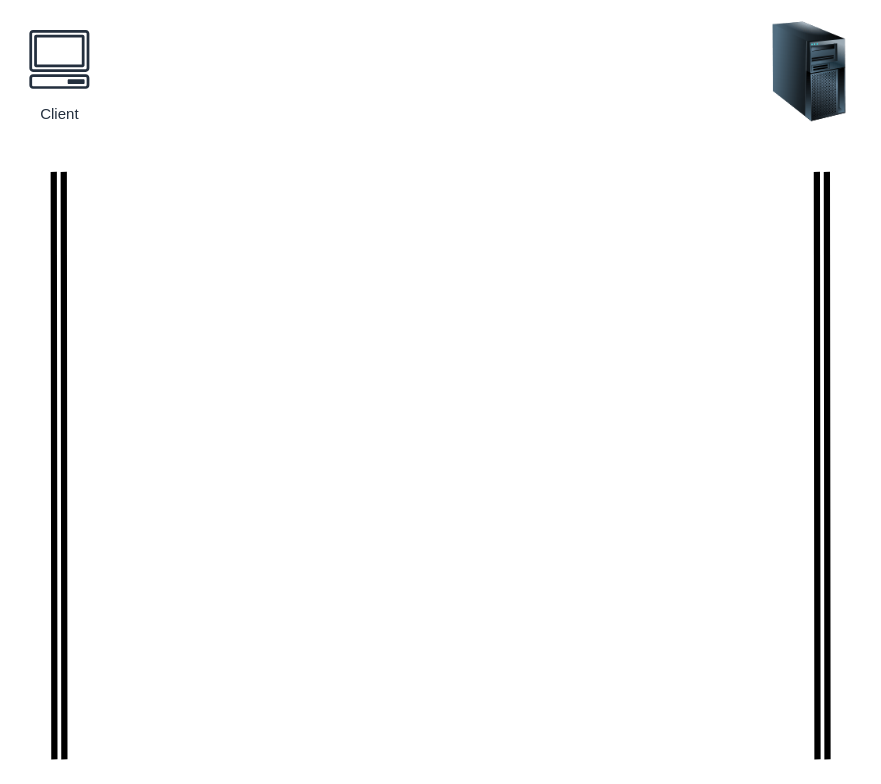
Above: go-ping-server-client.drawio in sugchand/drawio (draw.io), before the change. Source tidied: cells renumbered, new cells numbered last; positions are measured from the earlier drawing's top-left corner, leaving out a move shared by most shapes. Both pictures are drawn from the tidied source at 125%, with x=0, y=0 at pixel (21, 21).
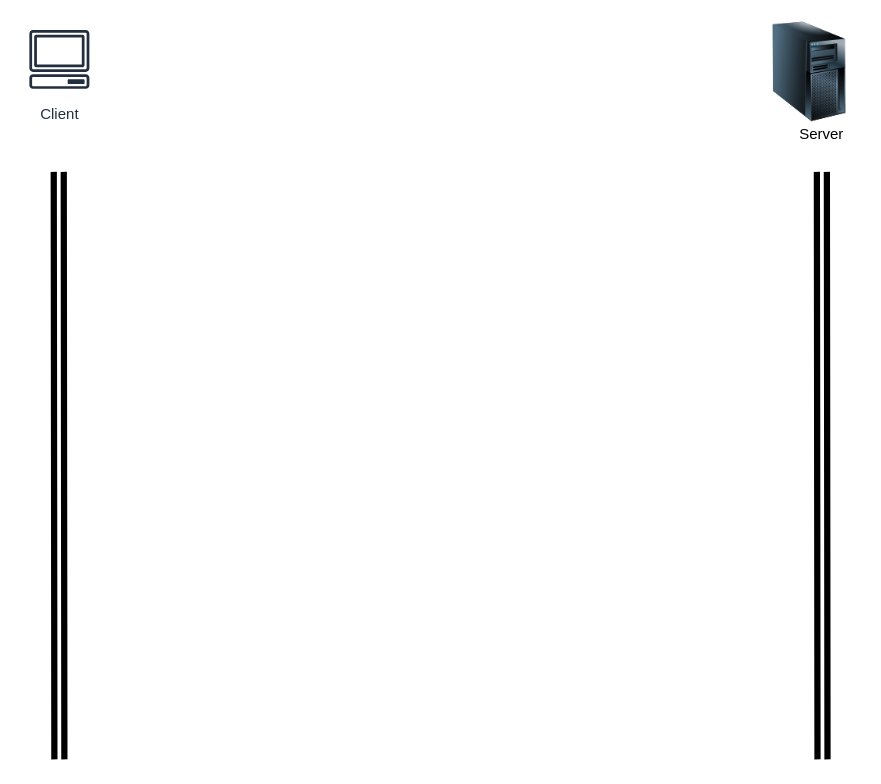
The same page after the edit.

What changed in the source:
```diff
@@
 <mxGraphModel>
   <root>
     <mxCell id="0" />
     <mxCell id="1" parent="0" />
     <mxCell id="2" value="Client" style="fontColor=#232F3E;gradientColor=none;strokeColor=#232F3E;fillColor=#ffffff;dashed=0;verticalLabelPosition=bottom;verticalAlign=top;align=center;html=1;fontSize=12;fontStyle=0;shape=mxgraph.aws4.resourceIcon;resIcon=mxgraph.aws4.client;" parent="1" vertex="1">
       <mxGeometry width="60" height="60" as="geometry" />
     </mxCell>
     <mxCell id="3" style="image;html=1;labelBackgroundColor=#ffffff;image=img/lib/clip_art/computers/Server_Tower_128x128.png;" parent="1" vertex="1">
       <mxGeometry x="590" width="80" height="80" as="geometry" />
     </mxCell>
     <mxCell id="4" style="shape=link;html=1;strokeWidth=5;" parent="1" edge="1">
       <mxGeometry relative="1" as="geometry">
         <mxPoint x="30" y="590" as="sourcePoint" />
         <mxPoint x="29.5" y="120" as="targetPoint" />
       </mxGeometry>
     </mxCell>
     <mxCell id="5" style="shape=link;html=1;strokeWidth=5;" parent="1" edge="1">
       <mxGeometry relative="1" as="geometry">
         <mxPoint x="640.5" y="590" as="sourcePoint" />
         <mxPoint x="640" y="120" as="targetPoint" />
       </mxGeometry>
     </mxCell>
+    <mxCell id="6" value="Server" style="text;html=1;strokeColor=none;fillColor=none;align=center;verticalAlign=middle;whiteSpace=wrap;rounded=0;" parent="1" vertex="1">
+      <mxGeometry x="620" y="80" width="40" height="20" as="geometry" />
+    </mxCell>
   </root>
 </mxGraphModel>
```
